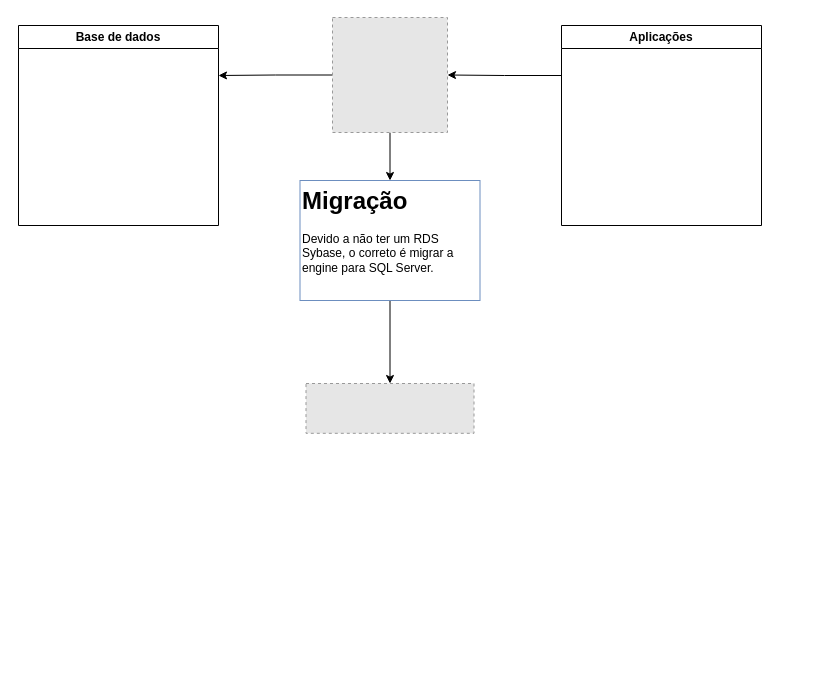
The draw.io diagram Icon/Migracao de banco de dados.drawio in caiohmorais/draw.io, before the edit. Source tidied: cells renumbered, new cells numbered last; positions are measured from the earlier drawing's top-left corner, leaving out a move shared by most shapes. Both pictures are drawn from the tidied source at 100%, with x=0, y=0 at pixel (18, 17). Pictures stored in the file or linked from it are replaced by grey dashed boxes.
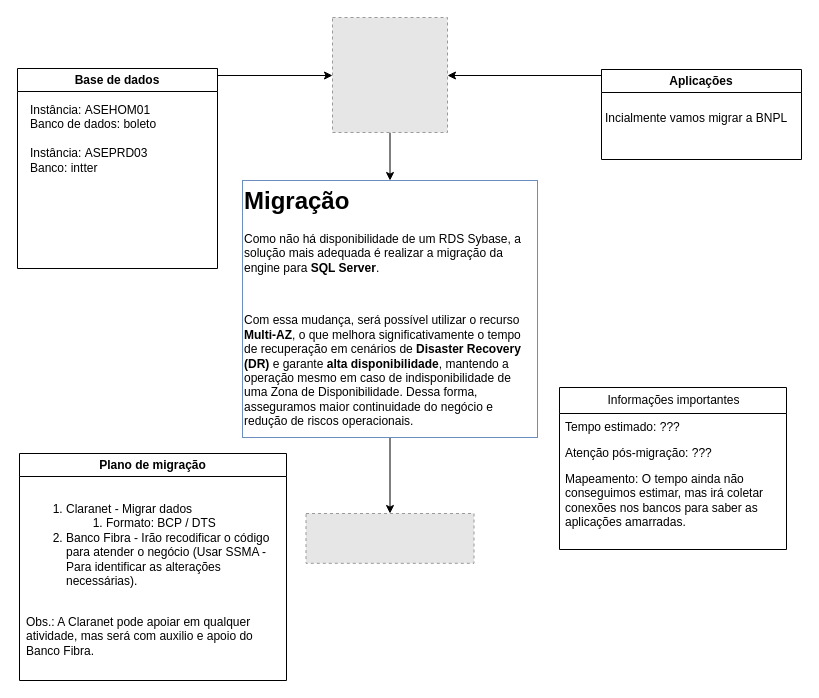
The same page after the edit.

Unchanged cells that the change refers to:
```xml
<mxCell id="4" style="fillColor=#E6E6E6;strokeColor=#999999;dashed=1;verticalLabelPosition=bottom;verticalAlign=top;" parent="1" vertex="1">
  <mxGeometry x="314" width="115" height="115" as="geometry" />
</mxCell>
```

What changed in the source:
```diff
@@
-    <mxCell id="2" style="edgeStyle=orthogonalEdgeStyle;rounded=0;jettySize=auto;html=1;entryX=1;entryY=0.25;entryDx=0;entryDy=0;" parent="1" edge="1" source="4" target="5">
-      <mxGeometry relative="1" as="geometry" />
-    </mxCell>
@@
+    <mxCell id="11" style="edgeStyle=orthogonalEdgeStyle;rounded=0;jettySize=auto;html=1;exitX=1;exitY=0;exitDx=0;exitDy=0;" parent="1" edge="1" source="5" target="4">
+      <mxGeometry relative="1" as="geometry">
+        <Array as="points">
+          <mxPoint x="199" y="58" />
+        </Array>
+      </mxGeometry>
+    </mxCell>
     <mxCell id="5" value="Base de dados" style="swimlane;whiteSpace=wrap;html=1;" parent="1" vertex="1">
-      <mxGeometry y="8" width="200" height="200" as="geometry" />
+      <mxGeometry x="-1" y="51" width="200" height="200" as="geometry" />
     </mxCell>
+    <mxCell id="12" value="Instância:&amp;nbsp;&lt;span&gt;ASEHOM01&amp;nbsp;&lt;br&gt;Banco de dados: boleto&lt;/span&gt;&lt;div&gt;&lt;br&gt;&lt;/div&gt;&lt;div&gt;Instância:&amp;nbsp;&lt;span style=&quot;background-color: transparent; color: light-dark(rgb(0, 0, 0), rgb(255, 255, 255));&quot;&gt;ASEPRD03&lt;/span&gt;&lt;/div&gt;&lt;div&gt;&lt;span style=&quot;background-color: transparent; color: light-dark(rgb(0, 0, 0), rgb(255, 255, 255));&quot;&gt;Banco:&amp;nbsp;&lt;/span&gt;&lt;span style=&quot;background-color: transparent; color: light-dark(rgb(0, 0, 0), rgb(255, 255, 255));&quot;&gt;intter&lt;/span&gt;&lt;/div&gt;" style="text;html=1;whiteSpace=wrap;strokeColor=none;fillColor=none;align=left;verticalAlign=top;rounded=0;" parent="5" vertex="1">
+      <mxGeometry x="11" y="28" width="180" height="159" as="geometry" />
+    </mxCell>
     <mxCell id="6" style="fillColor=#E6E6E6;strokeColor=#999999;dashed=1;verticalLabelPosition=bottom;verticalAlign=top;" parent="1" vertex="1">
-      <mxGeometry x="287.5" y="366" width="168" height="49.8" as="geometry" />
+      <mxGeometry x="287.5" y="496" width="168" height="49.8" as="geometry" />
     </mxCell>
-    <mxCell id="7" style="edgeStyle=orthogonalEdgeStyle;rounded=0;jettySize=auto;html=1;exitX=0;exitY=0.25;exitDx=0;exitDy=0;" parent="1" edge="1" source="8" target="4">
-      <mxGeometry relative="1" as="geometry" />
+    <mxCell id="7" style="edgeStyle=orthogonalEdgeStyle;rounded=0;jettySize=auto;html=1;exitX=0;exitY=0;exitDx=0;exitDy=0;" parent="1" edge="1" source="8" target="4">
+      <mxGeometry relative="1" as="geometry">
+        <Array as="points">
+          <mxPoint x="583" y="58" />
+        </Array>
+      </mxGeometry>
     </mxCell>
     <mxCell id="8" value="Aplicações" style="swimlane;whiteSpace=wrap;html=1;" parent="1" vertex="1">
-      <mxGeometry x="543" y="8" width="200" height="200" as="geometry" />
+      <mxGeometry x="583" y="52" width="200" height="90" as="geometry" />
     </mxCell>
+    <mxCell id="13" value="Incialmente vamos migrar a BNPL" style="text;html=1;whiteSpace=wrap;strokeColor=none;fillColor=none;align=left;verticalAlign=top;rounded=0;imageAlign=left;" parent="8" vertex="1">
+      <mxGeometry x="2" y="34.5" width="194" height="67.5" as="geometry" />
+    </mxCell>
@@
-    <mxCell id="10" value="&lt;h1 style=&quot;margin-top: 0px;&quot;&gt;Migração&lt;/h1&gt;&lt;p&gt;Devido a não ter um RDS Sybase, o correto é migrar a engine para SQL Server.&lt;/p&gt;" style="text;html=1;whiteSpace=wrap;overflow=hidden;rounded=0;fillColor=#FFFFFF;strokeColor=#6c8ebf;" parent="1" vertex="1">
-      <mxGeometry x="281.5" y="163" width="180" height="120" as="geometry" />
+    <mxCell id="10" value="&lt;h1 style=&quot;margin-top: 0px;&quot;&gt;Migração&lt;/h1&gt;&lt;p&gt;Como não há disponibilidade de um RDS Sybase, a solução mais adequada é realizar a migração da engine para &lt;strong&gt;SQL Server&lt;/strong&gt;.&lt;/p&gt;&lt;p&gt;&lt;br/&gt;&lt;/p&gt;&lt;p&gt;Com essa mudança, será possível utilizar o recurso &lt;strong&gt;Multi-AZ&lt;/strong&gt;, o que melhora significativamente o tempo de recuperação em cenários de &lt;strong&gt;Disaster Recovery (DR)&lt;/strong&gt; e garante &lt;strong&gt;alta disponibilidade&lt;/strong&gt;, mantendo a operação mesmo em caso de indisponibilidade de uma Zona de Disponibilidade. Dessa forma, asseguramos maior continuidade do negócio e redução de riscos operacionais.&lt;/p&gt;" style="text;html=1;whiteSpace=wrap;overflow=hidden;rounded=0;fillColor=#FFFFFF;strokeColor=#6c8ebf;" parent="1" vertex="1">
+      <mxGeometry x="224" y="163" width="295" height="257" as="geometry" />
     </mxCell>
+    <mxCell id="14" value="Plano de migração" style="swimlane;whiteSpace=wrap;html=1;" parent="1" vertex="1">
+      <mxGeometry x="1" y="436" width="267" height="227" as="geometry" />
+    </mxCell>
+    <mxCell id="15" value="&lt;ol&gt;&lt;li&gt;Claranet - Migrar dados&amp;nbsp;&lt;/li&gt;&lt;ol&gt;&lt;li&gt;Formato: BCP / DTS&lt;/li&gt;&lt;/ol&gt;&lt;li&gt;Banco Fibra - Irão recodificar o código para atender o negócio (Usar SSMA - Para identificar as alterações necessárias).&lt;/li&gt;&lt;/ol&gt;&lt;div&gt;&lt;br&gt;&lt;/div&gt;&lt;div&gt;Obs.: A Claranet pode apoiar em qualquer atividade, mas será com auxilio e apoio do Banco Fibra.&lt;/div&gt;" style="text;html=1;whiteSpace=wrap;strokeColor=none;fillColor=none;align=left;verticalAlign=top;rounded=0;" parent="14" vertex="1">
+      <mxGeometry x="5" y="30" width="248" height="177" as="geometry" />
+    </mxCell>
+    <mxCell id="16" value="Informações importantes" style="swimlane;fontStyle=0;horizontal=1;startSize=26;fillColor=none;html=1;" parent="1" vertex="1">
+      <mxGeometry x="541" y="370" width="227" height="162" as="geometry" />
+    </mxCell>
+    <mxCell id="17" value="Tempo estimado: ???" style="text;strokeColor=none;fillColor=none;align=left;verticalAlign=top;spacingLeft=4;spacingRight=4;overflow=hidden;whiteSpace=wrap;html=1;" parent="16" vertex="1">
+      <mxGeometry y="26" width="227" height="26" as="geometry" />
+    </mxCell>
+    <mxCell id="18" value="Atenção pós-migração: ???" style="text;strokeColor=none;fillColor=none;align=left;verticalAlign=top;spacingLeft=4;spacingRight=4;overflow=hidden;whiteSpace=wrap;html=1;" parent="16" vertex="1">
+      <mxGeometry y="52" width="227" height="26" as="geometry" />
+    </mxCell>
+    <mxCell id="19" value="Mapeamento: O tempo ainda não conseguimos estimar, mas irá coletar conexões nos bancos para saber as aplicações amarradas." style="text;strokeColor=none;fillColor=none;align=left;verticalAlign=top;spacingLeft=4;spacingRight=4;overflow=hidden;whiteSpace=wrap;html=1;" parent="16" vertex="1">
+      <mxGeometry y="78" width="227" height="84" as="geometry" />
+    </mxCell>
```
